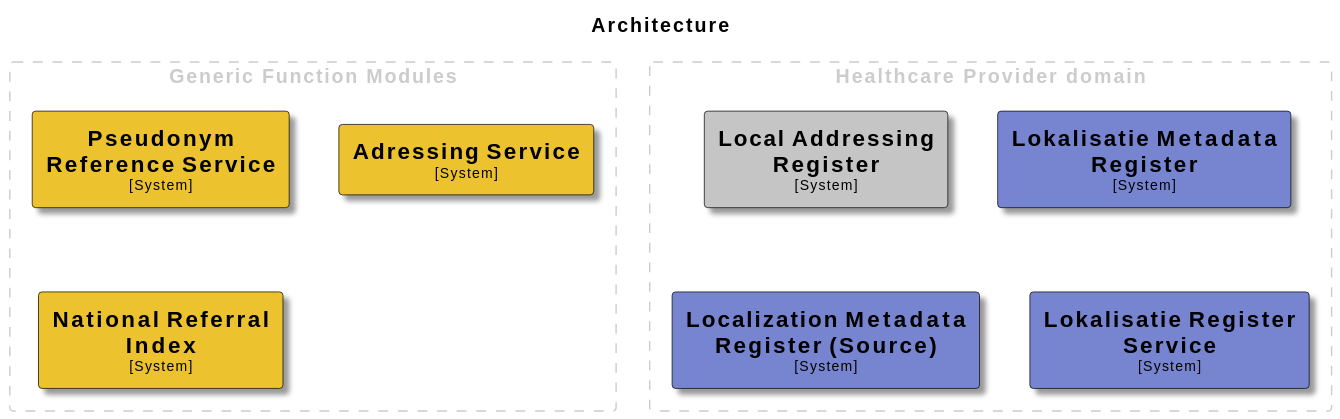
Earlier version of the PlantUML export docs/images/structurizr-Components.svg (minvws/gfmodules-coordination). Source of this version:
```plantuml
@startuml
set separator none
title Architecture

top to bottom direction

skinparam {
  arrowFontSize 10
  defaultTextAlignment center
  wrapWidth 200
  maxMessageSize 100
}

hide stereotype

skinparam rectangle<<AdressingService>> {
  BackgroundColor #ecc22e
  FontColor #000000
  BorderColor #000000
  shadowing true
}
skinparam rectangle<<LocalAddressingRegister>> {
  BackgroundColor #c5c5c5
  FontColor #000000
  BorderColor #000000
  shadowing true
}
skinparam rectangle<<LocalizationMetadataRegisterSource>> {
  BackgroundColor #7785d1
  FontColor #000000
  BorderColor #000000
  shadowing true
}
skinparam rectangle<<LokalisatieMetadataRegister>> {
  BackgroundColor #7785d1
  FontColor #000000
  BorderColor #000000
  shadowing true
}
skinparam rectangle<<LokalisatieRegisterService>> {
  BackgroundColor #7785d1
  FontColor #000000
  BorderColor #000000
  shadowing true
}
skinparam rectangle<<NationalReferralIndex>> {
  BackgroundColor #ecc22e
  FontColor #000000
  BorderColor #000000
  shadowing true
}
skinparam rectangle<<PseudonymReferenceService>> {
  BackgroundColor #ecc22e
  FontColor #000000
  BorderColor #000000
  shadowing true
}

rectangle "Generic Function Modules" <<group1>> as group1 {
  skinparam RectangleBorderColor<<group1>> #cccccc
  skinparam RectangleFontColor<<group1>> #cccccc
  skinparam RectangleBorderStyle<<group1>> dashed

  rectangle "==Pseudonym Reference Service\n<size:10>[System]</size>" <<PseudonymReferenceService>> as PseudonymReferenceService
  rectangle "==Adressing Service\n<size:10>[System]</size>" <<AdressingService>> as AdressingService
  rectangle "==National Referral Index\n<size:10>[System]</size>" <<NationalReferralIndex>> as NationalReferralIndex
}

rectangle "Healthcare Provider domain" <<group2>> as group2 {
  skinparam RectangleBorderColor<<group2>> #cccccc
  skinparam RectangleFontColor<<group2>> #cccccc
  skinparam RectangleBorderStyle<<group2>> dashed

  rectangle "==Local Addressing Register\n<size:10>[System]</size>" <<LocalAddressingRegister>> as LocalAddressingRegister
  rectangle "==Lokalisatie Metadata Register\n<size:10>[System]</size>" <<LokalisatieMetadataRegister>> as LokalisatieMetadataRegister
  rectangle "==Localization Metadata Register (Source)\n<size:10>[System]</size>" <<LocalizationMetadataRegisterSource>> as LocalizationMetadataRegisterSource
  rectangle "==Lokalisatie Register Service\n<size:10>[System]</size>" <<LokalisatieRegisterService>> as LokalisatieRegisterService
}
@enduml
```
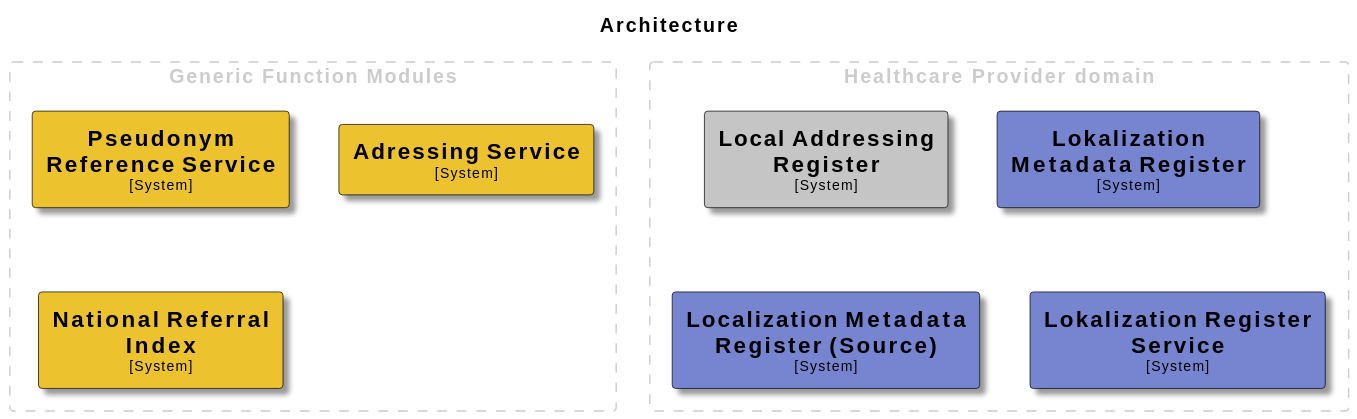
Above is the later version.

Diff of the diagram source:
```diff
@@ -31,13 +31,13 @@
   BorderColor #000000
   shadowing true
 }
-skinparam rectangle<<LokalisatieMetadataRegister>> {
+skinparam rectangle<<LokalizationMetadataRegister>> {
   BackgroundColor #7785d1
   FontColor #000000
   BorderColor #000000
   shadowing true
 }
-skinparam rectangle<<LokalisatieRegisterService>> {
+skinparam rectangle<<LokalizationRegisterService>> {
   BackgroundColor #7785d1
   FontColor #000000
   BorderColor #000000
@@ -72,8 +72,8 @@
   skinparam RectangleBorderStyle<<group2>> dashed
 
   rectangle "==Local Addressing Register\n<size:10>[System]</size>" <<LocalAddressingRegister>> as LocalAddressingRegister
-  rectangle "==Lokalisatie Metadata Register\n<size:10>[System]</size>" <<LokalisatieMetadataRegister>> as LokalisatieMetadataRegister
+  rectangle "==Lokalization Metadata Register\n<size:10>[System]</size>" <<LokalizationMetadataRegister>> as LokalizationMetadataRegister
   rectangle "==Localization Metadata Register (Source)\n<size:10>[System]</size>" <<LocalizationMetadataRegisterSource>> as LocalizationMetadataRegisterSource
-  rectangle "==Lokalisatie Register Service\n<size:10>[System]</size>" <<LokalisatieRegisterService>> as LokalisatieRegisterService
+  rectangle "==Lokalization Register Service\n<size:10>[System]</size>" <<LokalizationRegisterService>> as LokalizationRegisterService
 }
 @enduml
```
